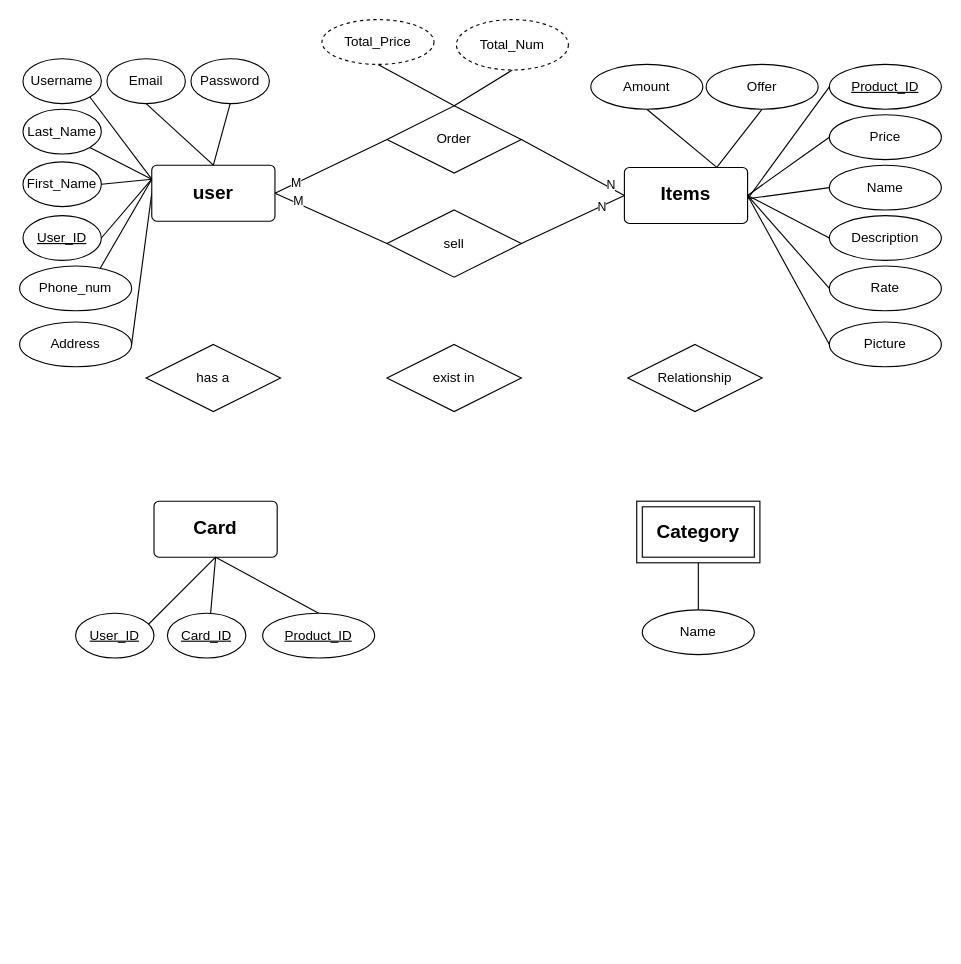
This is digrams/ERD-Digram.drawio from khaledkaram510/SWE-project, a draw.io file, before an edit. Source tidied: cells renumbered, new cells numbered last; positions are measured from the earlier drawing's top-left corner, leaving out a move shared by most shapes. Both pictures are drawn from the tidied source at 112%, with x=0, y=0 at pixel (19, 19).
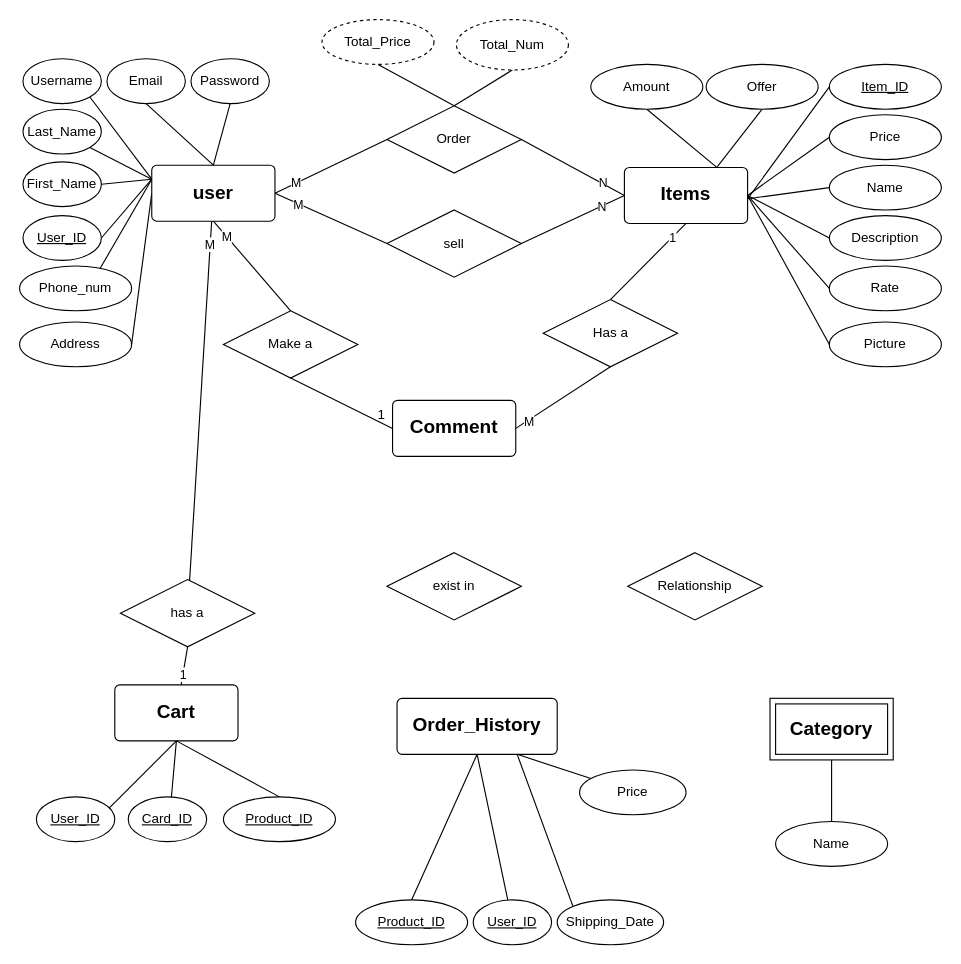
Above is the later version.

Unchanged cells that the change refers to:
```xml
<mxCell id="4" value="&lt;div style=&quot;font-size: 18px;&quot;&gt;&lt;font size=&quot;1&quot;&gt;&lt;b&gt;&lt;font style=&quot;font-size: 17px;&quot;&gt;user&lt;/font&gt;&lt;/b&gt;&lt;/font&gt;&lt;/div&gt;" style="rounded=1;arcSize=9;whiteSpace=wrap;html=1;align=center;" parent="1" vertex="1">
  <mxGeometry x="118" y="130" width="110" height="50" as="geometry" />
</mxCell>
<mxCell id="19" value="&lt;font style=&quot;font-size: 17px;&quot;&gt;&lt;b&gt;Items&lt;/b&gt;&lt;/font&gt;" style="rounded=1;arcSize=9;whiteSpace=wrap;html=1;align=center;" parent="1" vertex="1">
  <mxGeometry x="540" y="132" width="110" height="50" as="geometry" />
</mxCell>
<mxCell id="43" style="rounded=0;jettySize=auto;html=1;endArrow=none;endFill=0;entryX=0;entryY=0.5;entryDx=0;entryDy=0;exitX=1;exitY=0.5;exitDx=0;exitDy=0;" parent="1" edge="1" source="53" target="19">
  <mxGeometry relative="1" as="geometry" />
</mxCell>
<mxCell id="49" style="edgeStyle=none;rounded=0;jettySize=auto;html=1;entryX=1;entryY=0.5;entryDx=0;entryDy=0;endArrow=none;endFill=0;exitX=0;exitY=0.5;exitDx=0;exitDy=0;" parent="1" edge="1" source="54" target="4">
  <mxGeometry relative="1" as="geometry" />
</mxCell>
```

What changed in the source:
```diff
@@
+    <mxCell id="63" style="rounded=0;jettySize=auto;html=1;endArrow=none;endFill=0;" parent="1" edge="1" source="4" target="59">
+      <mxGeometry relative="1" as="geometry" />
+    </mxCell>
+    <mxCell id="64" value="M" style="edgeLabel;html=1;align=center;verticalAlign=middle;" parent="63" vertex="1">
+      <mxGeometry x="-0.89" relative="1" as="geometry">
+        <mxPoint x="-1" y="3" as="offset" />
+      </mxGeometry>
+    </mxCell>
+    <mxCell id="65" style="rounded=0;jettySize=auto;html=1;exitX=0.5;exitY=1;exitDx=0;exitDy=0;entryX=0.5;entryY=0;entryDx=0;entryDy=0;endArrow=none;endFill=0;" parent="1" edge="1" source="4" target="85">
+      <mxGeometry relative="1" as="geometry" />
+    </mxCell>
+    <mxCell id="66" value="M" style="edgeLabel;html=1;align=center;verticalAlign=middle;" parent="65" vertex="1">
+      <mxGeometry x="-0.65" relative="1" as="geometry" />
+    </mxCell>
@@
+    <mxCell id="67" style="rounded=0;jettySize=auto;html=1;exitX=0.5;exitY=1;exitDx=0;exitDy=0;entryX=0.5;entryY=0;entryDx=0;entryDy=0;endArrow=none;endFill=0;" parent="1" edge="1" source="19" target="83">
+      <mxGeometry relative="1" as="geometry" />
+    </mxCell>
+    <mxCell id="68" value="1" style="edgeLabel;html=1;align=center;verticalAlign=middle;" parent="67" vertex="1">
+      <mxGeometry x="-0.79" y="1" relative="1" as="geometry">
+        <mxPoint x="-6" y="5" as="offset" />
+      </mxGeometry>
+    </mxCell>
@@
-    <mxCell id="20" value="&lt;div&gt;&lt;font style=&quot;font-size: 17px;&quot;&gt;&lt;b&gt;Card&lt;/b&gt;&lt;/font&gt;&lt;/div&gt;" style="rounded=1;arcSize=9;whiteSpace=wrap;html=1;align=center;" parent="1" vertex="1">
-      <mxGeometry x="120" y="430" width="110" height="50" as="geometry" />
+    <mxCell id="20" value="&lt;div&gt;&lt;font style=&quot;font-size: 17px;&quot;&gt;&lt;b&gt;Cart&lt;/b&gt;&lt;/font&gt;&lt;/div&gt;" style="rounded=1;arcSize=9;whiteSpace=wrap;html=1;align=center;" parent="1" vertex="1">
+      <mxGeometry x="85" y="594" width="110" height="50" as="geometry" />
     </mxCell>
@@
     <mxCell id="22" value="&lt;div&gt;&lt;u&gt;User_ID&lt;/u&gt;&lt;/div&gt;" style="ellipse;whiteSpace=wrap;html=1;align=center;" parent="1" vertex="1">
-      <mxGeometry x="50" y="530" width="70" height="40" as="geometry" />
+      <mxGeometry x="15" y="694" width="70" height="40" as="geometry" />
     </mxCell>
@@
     <mxCell id="24" value="&lt;div&gt;&lt;u&gt;Card_ID&lt;/u&gt;&lt;/div&gt;" style="ellipse;whiteSpace=wrap;html=1;align=center;" parent="1" vertex="1">
-      <mxGeometry x="132" y="530" width="70" height="40" as="geometry" />
+      <mxGeometry x="97" y="694" width="70" height="40" as="geometry" />
     </mxCell>
@@
     <mxCell id="26" value="&lt;div&gt;&lt;u&gt;Product_ID&lt;/u&gt;&lt;/div&gt;" style="ellipse;whiteSpace=wrap;html=1;align=center;" parent="1" vertex="1">
-      <mxGeometry x="217" y="530" width="100" height="40" as="geometry" />
+      <mxGeometry x="182" y="694" width="100" height="40" as="geometry" />
     </mxCell>
@@
     <mxCell id="28" value="&lt;font style=&quot;font-size: 17px;&quot;&gt;&lt;b&gt;Category&lt;/b&gt;&lt;/font&gt;" style="shape=ext;margin=3;double=1;whiteSpace=wrap;html=1;align=center;" parent="1" vertex="1">
-      <mxGeometry x="551" y="430" width="110" height="55" as="geometry" />
+      <mxGeometry x="670" y="606" width="110" height="55" as="geometry" />
     </mxCell>
-    <mxCell id="29" value="&lt;div&gt;&lt;u&gt;Product_ID&lt;/u&gt;&lt;/div&gt;" style="ellipse;whiteSpace=wrap;html=1;align=center;" parent="1" vertex="1">
+    <mxCell id="29" value="&lt;div&gt;&lt;u&gt;Item_ID&lt;/u&gt;&lt;/div&gt;" style="ellipse;whiteSpace=wrap;html=1;align=center;" parent="1" vertex="1">
       <mxGeometry x="723" y="40" width="100" height="40" as="geometry" />
     </mxCell>
@@
     <mxCell id="42" value="Name" style="ellipse;whiteSpace=wrap;html=1;align=center;" parent="1" vertex="1">
-      <mxGeometry x="556" y="527" width="100" height="40" as="geometry" />
+      <mxGeometry x="675" y="716" width="100" height="40" as="geometry" />
     </mxCell>
@@
     <mxCell id="44" value="N" style="edgeLabel;html=1;align=center;verticalAlign=middle;" parent="43" vertex="1">
-      <mxGeometry x="0.7" y="2" relative="1" as="geometry" />
+      <mxGeometry x="0.7" y="2" relative="1" as="geometry">
+        <mxPoint x="-7" y="-2" as="offset" />
+      </mxGeometry>
     </mxCell>
@@
     <mxCell id="50" value="M" style="edgeLabel;html=1;align=center;verticalAlign=middle;" parent="49" vertex="1">
-      <mxGeometry x="0.61" y="-3" relative="1" as="geometry" />
+      <mxGeometry x="0.61" y="-3" relative="1" as="geometry">
+        <mxPoint y="4" as="offset" />
+      </mxGeometry>
     </mxCell>
@@
+    <mxCell id="69" style="rounded=0;jettySize=auto;html=1;exitX=0.5;exitY=1;exitDx=0;exitDy=0;endArrow=none;endFill=0;" parent="1" edge="1" source="59" target="20">
+      <mxGeometry relative="1" as="geometry" />
+    </mxCell>
+    <mxCell id="70" value="1" style="edgeLabel;html=1;align=center;verticalAlign=middle;" parent="69" vertex="1">
+      <mxGeometry x="0.43" relative="1" as="geometry" />
+    </mxCell>
     <mxCell id="59" value="has a" style="shape=rhombus;perimeter=rhombusPerimeter;whiteSpace=wrap;html=1;align=center;" parent="1" vertex="1">
-      <mxGeometry x="113" y="290" width="120" height="60" as="geometry" />
+      <mxGeometry x="90" y="500" width="120" height="60" as="geometry" />
     </mxCell>
     <mxCell id="60" value="exist in" style="shape=rhombus;perimeter=rhombusPerimeter;whiteSpace=wrap;html=1;align=center;" parent="1" vertex="1">
-      <mxGeometry x="328" y="290" width="120" height="60" as="geometry" />
+      <mxGeometry x="328" y="476" width="120" height="60" as="geometry" />
     </mxCell>
     <mxCell id="61" value="Relationship" style="shape=rhombus;perimeter=rhombusPerimeter;whiteSpace=wrap;html=1;align=center;" parent="1" vertex="1">
-      <mxGeometry x="543" y="290" width="120" height="60" as="geometry" />
+      <mxGeometry x="543" y="476" width="120" height="60" as="geometry" />
     </mxCell>
@@
+    <mxCell id="71" style="rounded=0;jettySize=auto;html=1;exitX=0.5;exitY=1;exitDx=0;exitDy=0;entryX=0.5;entryY=0;entryDx=0;entryDy=0;endArrow=none;endFill=0;" parent="1" edge="1" source="74" target="75">
+      <mxGeometry relative="1" as="geometry" />
+    </mxCell>
+    <mxCell id="72" style="rounded=0;jettySize=auto;html=1;exitX=0.5;exitY=1;exitDx=0;exitDy=0;endArrow=none;endFill=0;" parent="1" edge="1" source="74" target="76">
+      <mxGeometry relative="1" as="geometry" />
+    </mxCell>
+    <mxCell id="73" style="rounded=0;jettySize=auto;html=1;exitX=0.75;exitY=1;exitDx=0;exitDy=0;endArrow=none;endFill=0;" parent="1" edge="1" source="74" target="79">
+      <mxGeometry relative="1" as="geometry" />
+    </mxCell>
+    <mxCell id="74" value="&lt;div&gt;&lt;font style=&quot;font-size: 17px;&quot;&gt;&lt;b&gt;Order_History&lt;br&gt;&lt;/b&gt;&lt;/font&gt;&lt;/div&gt;" style="rounded=1;arcSize=9;whiteSpace=wrap;html=1;align=center;" parent="1" vertex="1">
+      <mxGeometry x="337" y="606" width="143" height="50" as="geometry" />
+    </mxCell>
+    <mxCell id="75" value="&lt;div&gt;&lt;u&gt;Product_ID&lt;/u&gt;&lt;/div&gt;" style="ellipse;whiteSpace=wrap;html=1;align=center;" parent="1" vertex="1">
+      <mxGeometry x="300" y="786" width="100" height="40" as="geometry" />
+    </mxCell>
+    <mxCell id="76" value="&lt;div&gt;&lt;u&gt;User_ID&lt;/u&gt;&lt;/div&gt;" style="ellipse;whiteSpace=wrap;html=1;align=center;" parent="1" vertex="1">
+      <mxGeometry x="405" y="786" width="70" height="40" as="geometry" />
+    </mxCell>
+    <mxCell id="77" style="rounded=0;jettySize=auto;html=1;exitX=0;exitY=0;exitDx=0;exitDy=0;entryX=0.75;entryY=1;entryDx=0;entryDy=0;endArrow=none;endFill=0;" parent="1" edge="1" source="78" target="74">
+      <mxGeometry relative="1" as="geometry" />
+    </mxCell>
+    <mxCell id="78" value="Shipping_Date" style="ellipse;whiteSpace=wrap;html=1;align=center;" parent="1" vertex="1">
+      <mxGeometry x="480" y="786" width="95" height="40" as="geometry" />
+    </mxCell>
+    <mxCell id="79" value="Price" style="ellipse;whiteSpace=wrap;html=1;align=center;" parent="1" vertex="1">
+      <mxGeometry x="500" y="670" width="95" height="40" as="geometry" />
+    </mxCell>
+    <mxCell id="80" value="&lt;div&gt;&lt;font style=&quot;font-size: 17px;&quot;&gt;&lt;b&gt;Comment&lt;/b&gt;&lt;/font&gt;&lt;/div&gt;" style="rounded=1;arcSize=9;whiteSpace=wrap;html=1;align=center;" parent="1" vertex="1">
+      <mxGeometry x="333" y="340" width="110" height="50" as="geometry" />
+    </mxCell>
+    <mxCell id="81" style="rounded=0;jettySize=auto;html=1;exitX=0.5;exitY=1;exitDx=0;exitDy=0;entryX=1;entryY=0.5;entryDx=0;entryDy=0;endArrow=none;endFill=0;" parent="1" edge="1" source="83" target="80">
+      <mxGeometry relative="1" as="geometry" />
+    </mxCell>
+    <mxCell id="82" value="M" style="edgeLabel;html=1;align=center;verticalAlign=middle;" parent="81" vertex="1">
+      <mxGeometry x="0.85" relative="1" as="geometry">
+        <mxPoint x="5" y="-2" as="offset" />
+      </mxGeometry>
+    </mxCell>
+    <mxCell id="83" value="Has a" style="shape=rhombus;perimeter=rhombusPerimeter;whiteSpace=wrap;html=1;align=center;" parent="1" vertex="1">
+      <mxGeometry x="467.5" y="250" width="120" height="60" as="geometry" />
+    </mxCell>
+    <mxCell id="84" style="rounded=0;jettySize=auto;html=1;exitX=0.5;exitY=1;exitDx=0;exitDy=0;entryX=0;entryY=0.5;entryDx=0;entryDy=0;endArrow=none;endFill=0;" parent="1" edge="1" source="85" target="80">
+      <mxGeometry relative="1" as="geometry" />
+    </mxCell>
+    <mxCell id="85" value="Make a" style="shape=rhombus;perimeter=rhombusPerimeter;whiteSpace=wrap;html=1;align=center;" parent="1" vertex="1">
+      <mxGeometry x="182" y="260" width="120" height="60" as="geometry" />
+    </mxCell>
+    <mxCell id="86" value="1" style="text;html=1;align=center;verticalAlign=middle;strokeColor=none;fillColor=none;" parent="1" vertex="1">
+      <mxGeometry x="308" y="338" width="30" height="30" as="geometry" />
+    </mxCell>
```
